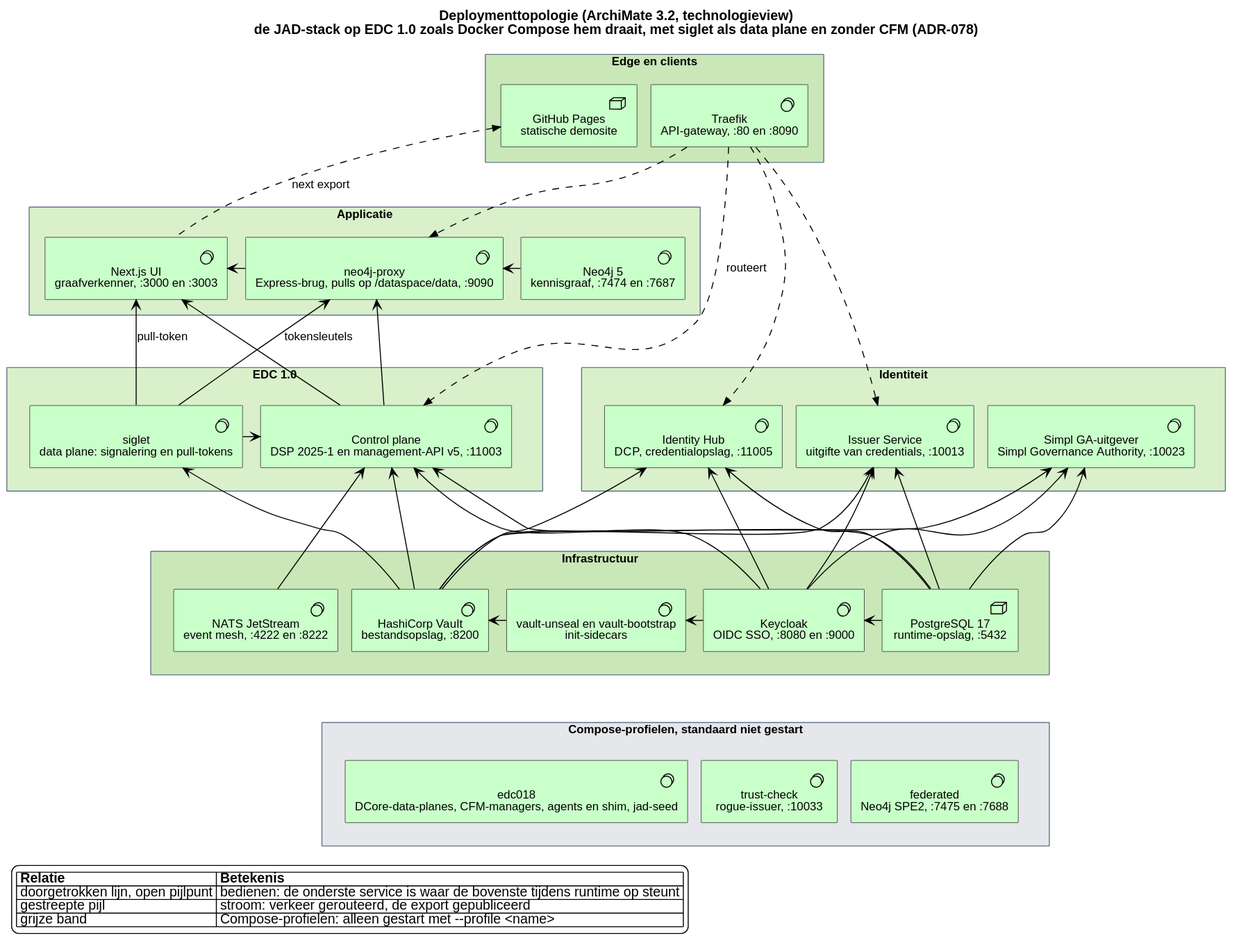
ma3u/MinimumViableHealthDataspacev2 keeps this PlantUML diagram as docs/architecture/img/deployment.nl.svg. Above is the earlier version.
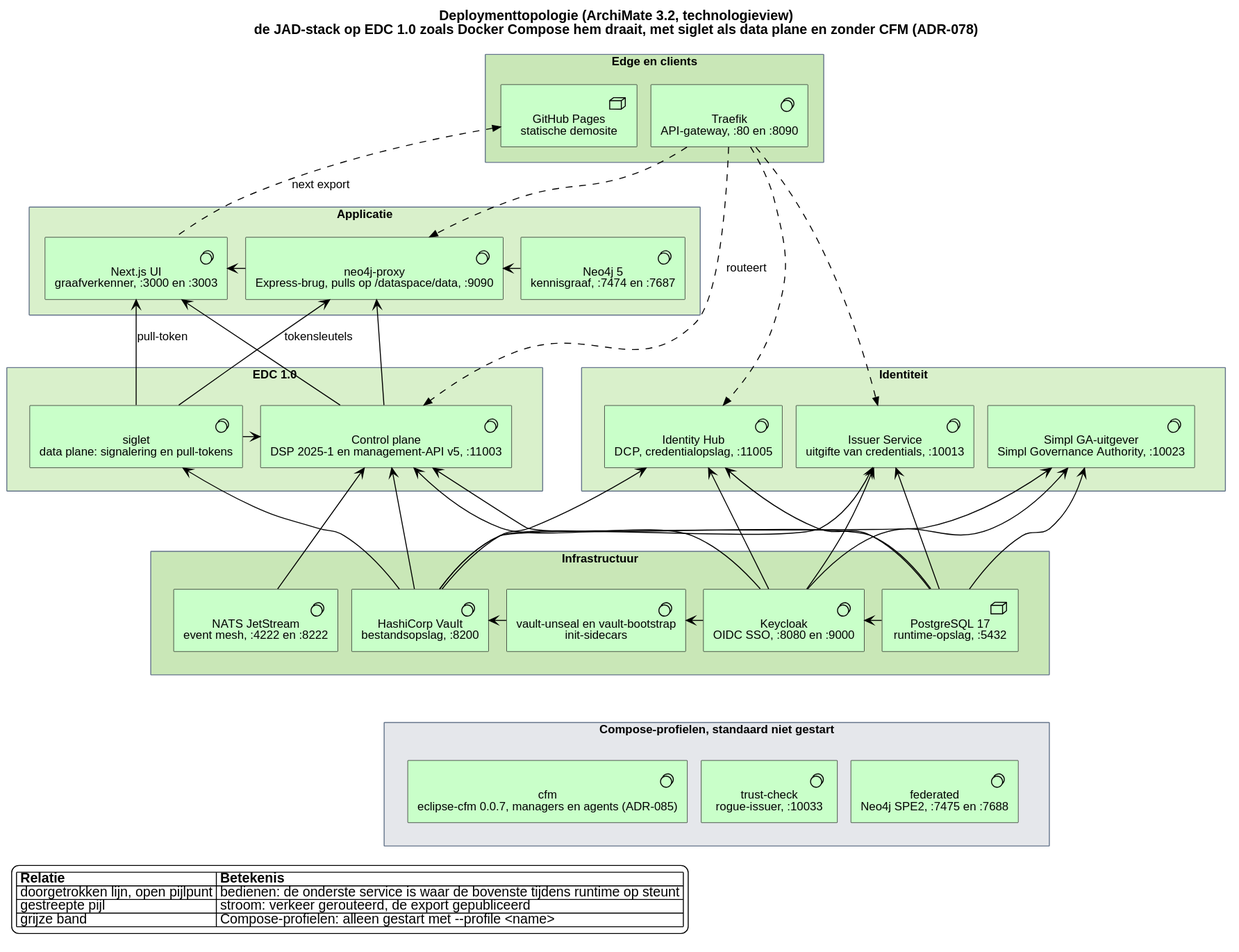
The same file after the commit.

Diff of the diagram source:
```diff
@@ -36,7 +36,7 @@
   Technology_SystemSoftware(nats, "NATS JetStream\nevent mesh, :4222 en :8222")
 }
 rectangle "Compose-profielen, standaard niet gestart" as PROF #E5E7EB {
-  Technology_SystemSoftware(e018, "edc018\nDCore-data-planes, CFM-managers, agents en shim, jad-seed")
+  Technology_SystemSoftware(cfm, "cfm\neclipse-cfm 0.0.7, managers en agents (ADR-085)")
   Technology_SystemSoftware(trust, "trust-check\nrogue-issuer, :10033")
   Technology_SystemSoftware(fed, "federated\nNeo4j SPE2, :7475 en :7688")
 }
@@ -87,7 +87,7 @@
 kc -[hidden]right- pg
 EDC -[hidden]right- IDM
 INFRA -[hidden]down- PROF
-e018 -[hidden]right- trust
+cfm -[hidden]right- trust
 trust -[hidden]right- fed
 
 legend bottom left
```
